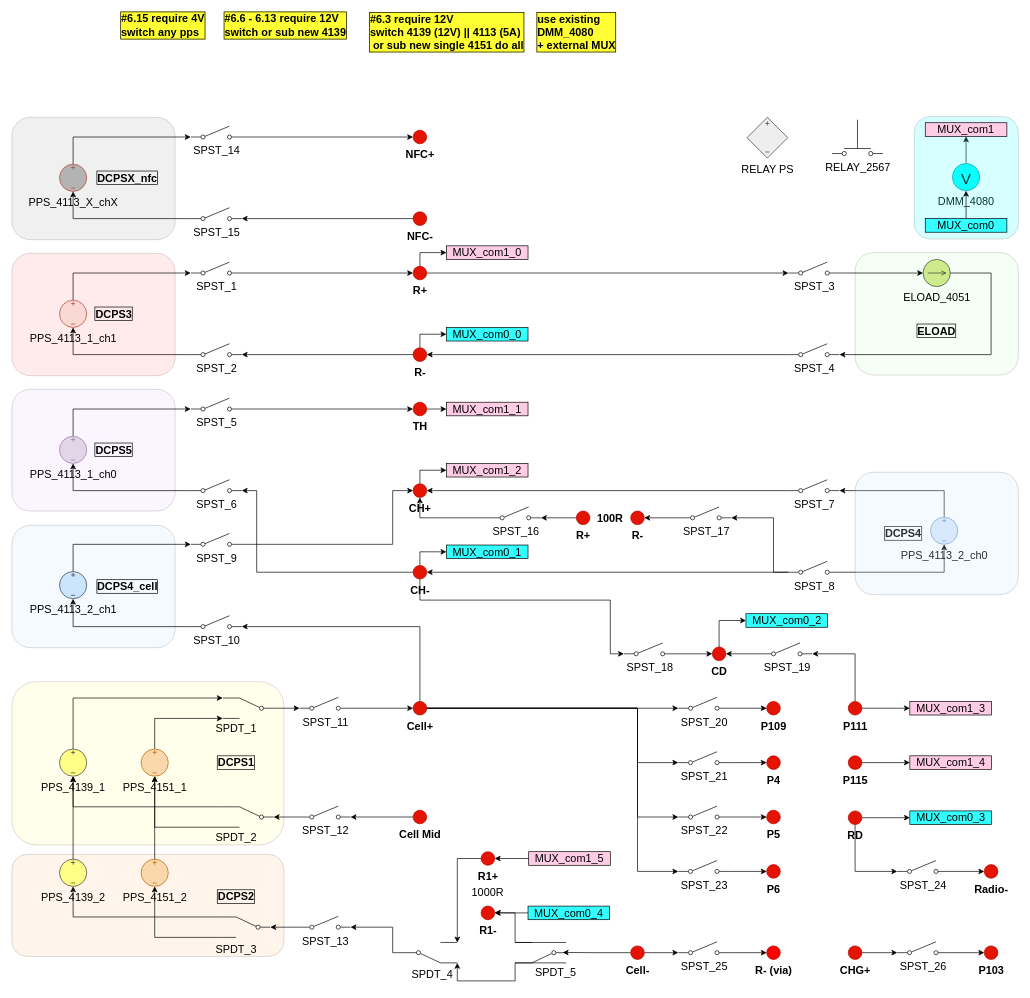
Above: BMS_device_B_6p2.drawio in ktlim-xy/draw-io (draw.io), before the change. Source tidied: cells renumbered, new cells numbered last; positions are measured from the earlier drawing's top-left corner, leaving out a move shared by most shapes. Both pictures are drawn from the tidied source at 68%, with x=0, y=0 at pixel (12, 12).
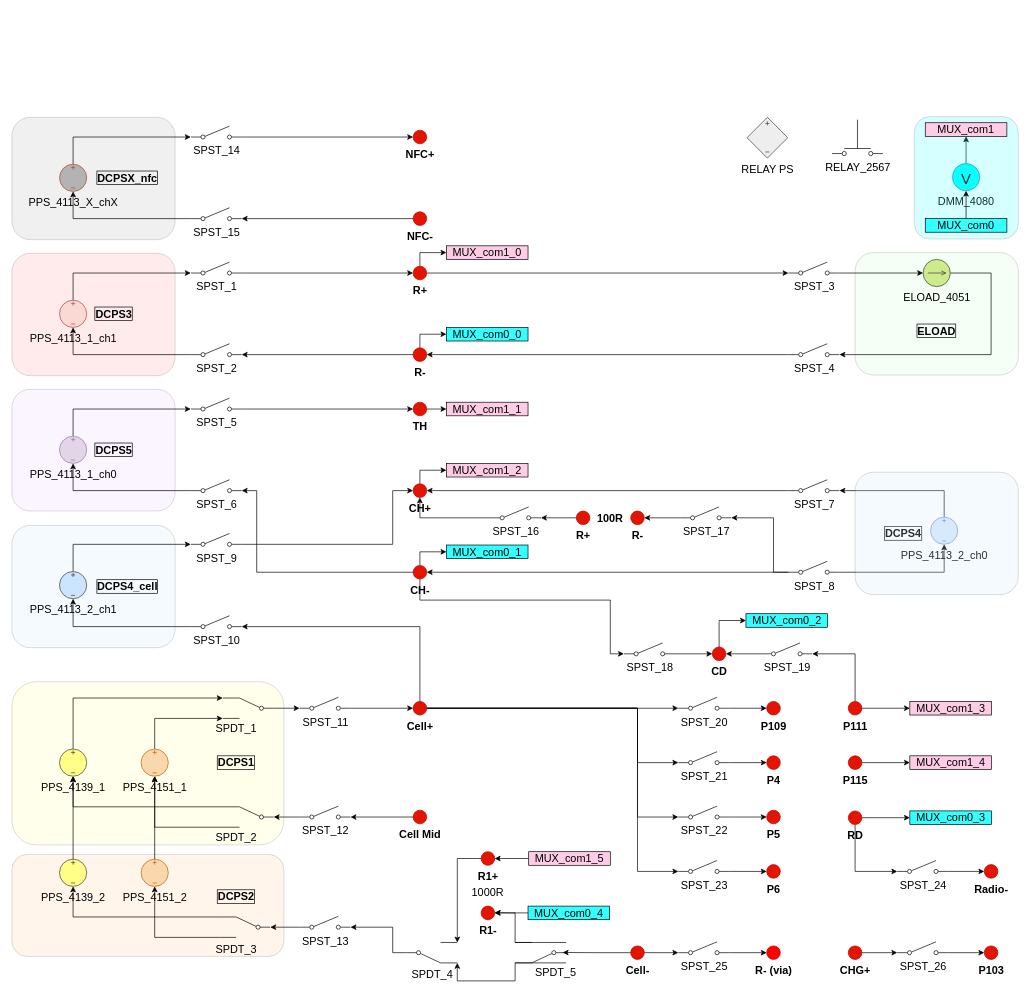
The same diagram, later.

Change to the diagram source:
```diff
@@
-    <mxCell id="154" value="#6.6 - 6.13 require 12V&lt;br&gt;switch or sub new 4139" style="text;html=1;whiteSpace=wrap;strokeColor=none;fillColor=none;align=left;verticalAlign=middle;rounded=0;fontStyle=1;fontColor=#000000;fontSize=16;labelBorderColor=default;labelBackgroundColor=#FFFF33;" parent="1" vertex="1">
-      <mxGeometry x="310" y="4" width="230" height="30" as="geometry" />
-    </mxCell>
-    <mxCell id="155" value="#6.15 require 4V&lt;div&gt;switch any pps&lt;/div&gt;" style="text;html=1;whiteSpace=wrap;strokeColor=none;fillColor=none;align=left;verticalAlign=middle;rounded=0;fontStyle=1;fontColor=#000000;fontSize=16;labelBorderColor=default;labelBackgroundColor=#FFFF33;" parent="1" vertex="1">
-      <mxGeometry x="158" y="4" width="180" height="30" as="geometry" />
-    </mxCell>
-    <mxCell id="156" value="#6.3 require 12V&lt;br&gt;switch 4139 (12V) || 4113 (5A)&lt;br&gt;&amp;nbsp;or sub new single 4151 do all" style="text;html=1;whiteSpace=wrap;strokeColor=none;fillColor=none;align=left;verticalAlign=middle;rounded=0;fontStyle=1;fontColor=#000000;fontSize=16;labelBorderColor=default;labelBackgroundColor=#FFFF33;" parent="1" vertex="1">
-      <mxGeometry x="524" y="4" width="235" height="49" as="geometry" />
-    </mxCell>
-    <mxCell id="157" value="use existing&lt;br&gt;DMM_4080&amp;nbsp;&lt;div&gt;+ external MUX&lt;/div&gt;" style="text;html=1;whiteSpace=wrap;strokeColor=none;fillColor=none;align=left;verticalAlign=middle;rounded=0;fontStyle=1;fontColor=#000000;fontSize=16;labelBorderColor=default;labelBackgroundColor=#FFFF33;" parent="1" vertex="1">
-      <mxGeometry x="770" y="-0.5" width="160" height="58" as="geometry" />
-    </mxCell>
```
